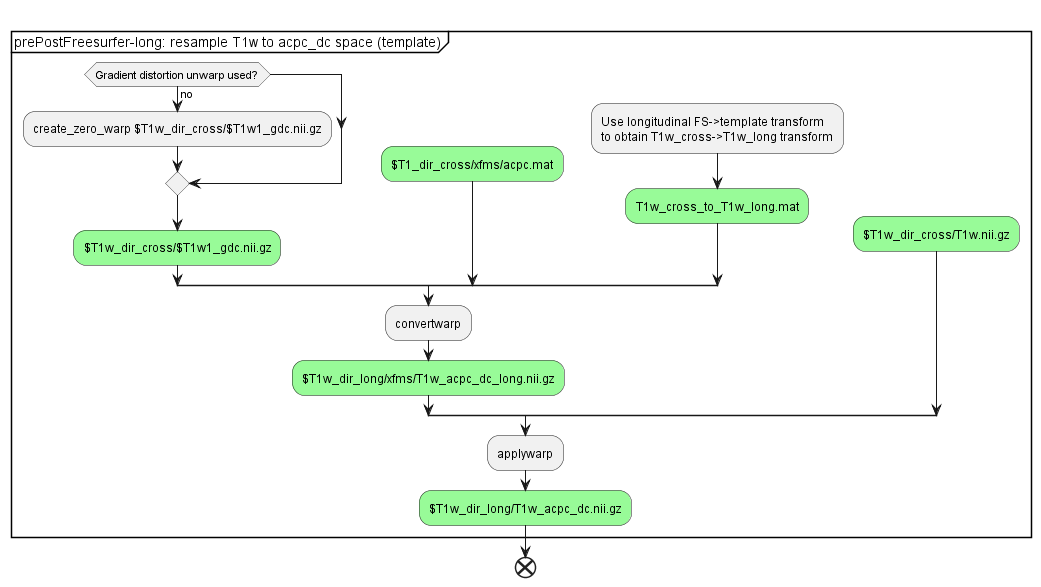
The PlantUML diagram docs/diagrams/out/PrePostFreesurferPipeline-long.T1w2acpc_dc_template.png in Washington-University/HCPpipelines, before a commit.
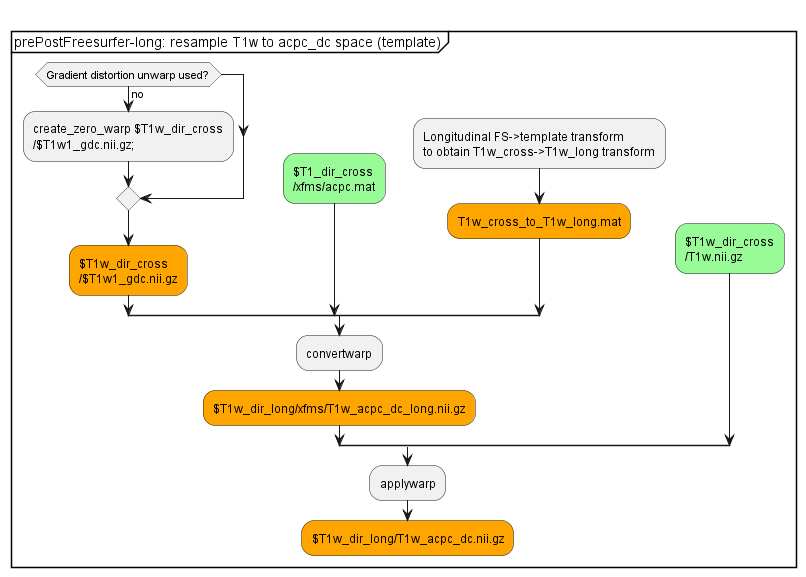
After the change.

Change to the diagram source:
```diff
@@ -8,26 +8,30 @@
  split
    -[hidden]->
    if (Gradient distortion unwarp used?) then (no)
-     :create_zero_warp $T1w_dir_cross/$T1w1_gdc.nii.gz;
+     :create_zero_warp $T1w_dir_cross
+     /$T1w1_gdc.nii.gz;
    endif
-   #palegreen:$T1w_dir_cross/$T1w1_gdc.nii.gz;
+   #orange:$T1w_dir_cross
+   /$T1w1_gdc.nii.gz;
  split again
   -[hidden]->
-  #palegreen:$T1_dir_cross/xfms/acpc.mat;
+  #palegreen:$T1_dir_cross
+  /xfms/acpc.mat;
  split again
   -[hidden]->
-  :Use longitudinal FS->template transform
+  :Longitudinal FS->template transform
   to obtain T1w_cross->T1w_long transform;
-  #palegreen:T1w_cross_to_T1w_long.mat;
+  #orange:T1w_cross_to_T1w_long.mat;
  end split
    :convertwarp;
-   #palegreen:$T1w_dir_long/xfms/T1w_acpc_dc_long.nii.gz;
+   #orange:$T1w_dir_long/xfms/T1w_acpc_dc_long.nii.gz;
  split again
    -[hidden]->
-   #palegreen:$T1w_dir_cross/T1w.nii.gz;
+   #palegreen:$T1w_dir_cross
+   /T1w.nii.gz;
  end split
  :applywarp;
- #palegreen:$T1w_dir_long/T1w_acpc_dc.nii.gz;
+ #orange:$T1w_dir_long/T1w_acpc_dc.nii.gz;
 end group
-end
+detach
 @enduml
```
